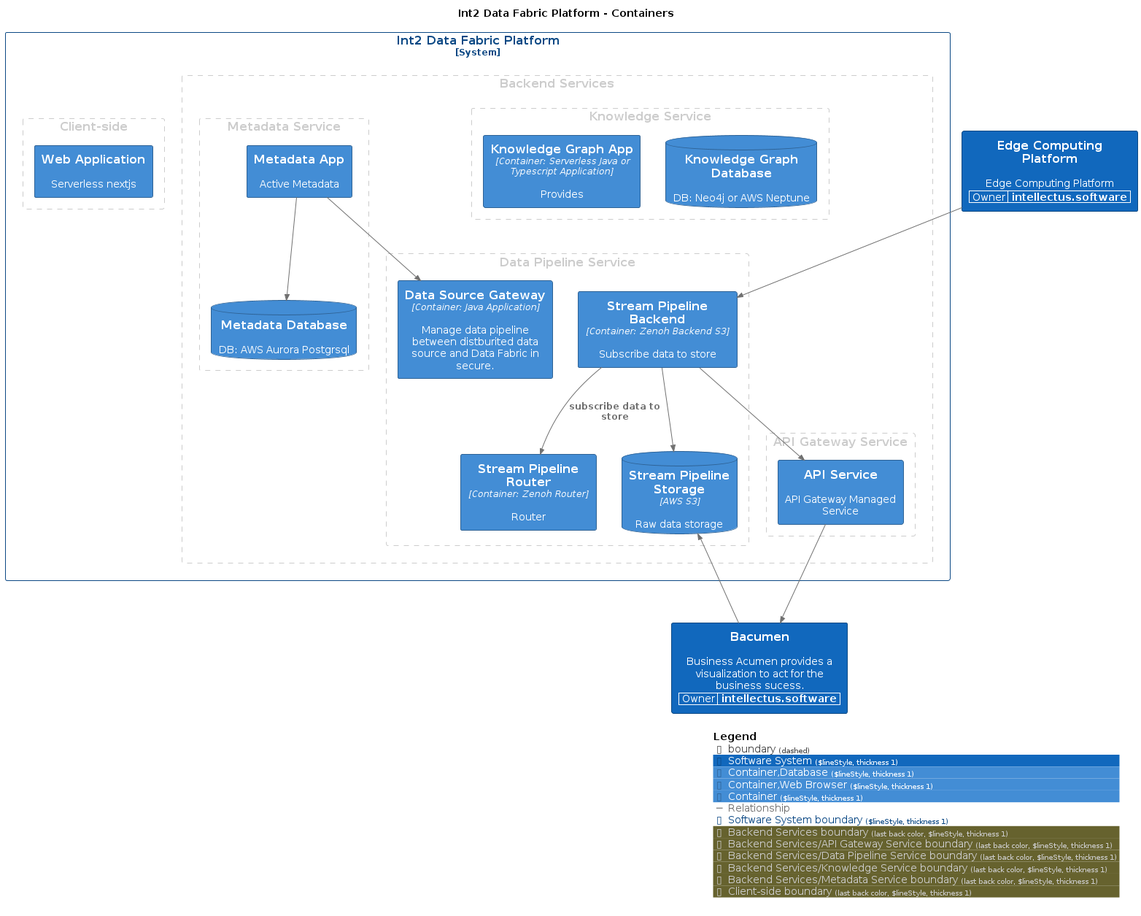
Earlier version of the PlantUML export master/png/ContainersForDataFabric.png (IntellectusCorp/edge-solution-docs). Its diagram source:
```plantuml
@startuml
set separator none
title Int2 Data Fabric Platform - Containers

top to bottom direction

!include <C4/C4>
!include <C4/C4_Context>
!include <C4/C4_Container>

AddElementTag("Software System", $bgColor="#1168bd", $borderColor="#0b4884", $fontColor="#ffffff", $sprite="", $shadowing="", $borderStyle="Solid", $borderThickness="1")
AddElementTag("Container,Database", $bgColor="#438dd5", $borderColor="#2e6295", $fontColor="#ffffff", $sprite="", $shadowing="", $borderStyle="Solid", $borderThickness="1")
AddElementTag("Container,Web Browser", $bgColor="#438dd5", $borderColor="#2e6295", $fontColor="#ffffff", $sprite="", $shadowing="", $borderStyle="Solid", $borderThickness="1")
AddElementTag("Container", $bgColor="#438dd5", $borderColor="#2e6295", $fontColor="#ffffff", $sprite="", $shadowing="", $borderStyle="Solid", $borderThickness="1")

AddRelTag("Relationship", $textColor="#707070", $lineColor="#707070", $lineStyle = "")

AddBoundaryTag("Software System", $bgColor="#ffffff", $borderColor="#0b4884", $fontColor="#0b4884", $shadowing="", $borderStyle="Solid", $borderThickness="1")

WithoutPropertyHeader()
AddProperty("Owner","intellectus.software")
System(Bacumen, "Bacumen", $descr="Business Acumen provides a visualization to act for the business sucess.", $tags="Software System", $link="")
WithoutPropertyHeader()
AddProperty("Owner","intellectus.software")
System(EdgeComputingPlatform, "Edge Computing Platform", $descr="Edge Computing Platform", $tags="Software System", $link="")

System_Boundary("Int2DataFabricPlatform_boundary", "Int2 Data Fabric Platform", $tags="Software System") {
  AddBoundaryTag("Backend Services", $borderColor="#cccccc", $fontColor="#cccccc", $borderStyle="Dashed", $borderThickness="1")
  Boundary(group_1, "Backend Services", $tags="Backend Services") {
      AddBoundaryTag("Backend Services/API Gateway Service", $borderColor="#cccccc", $fontColor="#cccccc", $borderStyle="Dashed", $borderThickness="1")
      Boundary(group_2, "API Gateway Service", $tags="Backend Services/API Gateway Service") {
        Container(Int2DataFabricPlatform.APIService, "API Service", $techn="", $descr="API Gateway Managed Service", $tags="Container", $link="")
      }

      AddBoundaryTag("Backend Services/Data Pipeline Service", $borderColor="#cccccc", $fontColor="#cccccc", $borderStyle="Dashed", $borderThickness="1")
      Boundary(group_3, "Data Pipeline Service", $tags="Backend Services/Data Pipeline Service") {
        Container(Int2DataFabricPlatform.StreamPipelineBackend, "Stream Pipeline Backend", $techn="Container: Zenoh Backend S3", $descr="Subscribe data to store", $tags="Container", $link="")
        Container(Int2DataFabricPlatform.StreamPipelineRouter, "Stream Pipeline Router", $techn="Container: Zenoh Router", $descr="Router", $tags="Container", $link="")
        ContainerDb(Int2DataFabricPlatform.StreamPipelineStorage, "Stream Pipeline Storage", $techn="AWS S3", $descr="Raw data storage", $tags="Container,Database", $link="")
        Container(Int2DataFabricPlatform.DataSourceGateway, "Data Source Gateway", $techn="Container: Java Application", $descr="Manage data pipeline between distburited data source and Data Fabric in secure.", $tags="Container", $link="")
      }

      AddBoundaryTag("Backend Services/Knowledge Service", $borderColor="#cccccc", $fontColor="#cccccc", $borderStyle="Dashed", $borderThickness="1")
      Boundary(group_4, "Knowledge Service", $tags="Backend Services/Knowledge Service") {
        ContainerDb(Int2DataFabricPlatform.KnowledgeGraphDatabase, "Knowledge Graph Database", $techn="", $descr="DB: Neo4j or AWS Neptune", $tags="Container,Database", $link="")
        Container(Int2DataFabricPlatform.KnowledgeGraphApp, "Knowledge Graph App", $techn="Container: Serverless Java or Typescript Application", $descr="Provides", $tags="Container", $link="")
      }

      AddBoundaryTag("Backend Services/Metadata Service", $borderColor="#cccccc", $fontColor="#cccccc", $borderStyle="Dashed", $borderThickness="1")
      Boundary(group_5, "Metadata Service", $tags="Backend Services/Metadata Service") {
        Container(Int2DataFabricPlatform.MetadataApp, "Metadata App", $techn="", $descr="Active Metadata", $tags="Container", $link="")
        ContainerDb(Int2DataFabricPlatform.MetadataDatabase, "Metadata Database", $techn="", $descr="DB: AWS Aurora Postgrsql", $tags="Container,Database", $link="")
      }

  }

  AddBoundaryTag("Client-side", $borderColor="#cccccc", $fontColor="#cccccc", $borderStyle="Dashed", $borderThickness="1")
  Boundary(group_6, "Client-side", $tags="Client-side") {
    Container(Int2DataFabricPlatform.WebApplication, "Web Application", $techn="", $descr="Serverless nextjs", $tags="Container,Web Browser", $link="")
  }

}

Rel(Int2DataFabricPlatform.StreamPipelineBackend, Int2DataFabricPlatform.StreamPipelineRouter, "subscribe data to store", $techn="", $tags="Relationship", $link="")
Rel(Int2DataFabricPlatform.StreamPipelineBackend, Int2DataFabricPlatform.StreamPipelineStorage, "", $techn="", $tags="Relationship", $link="")
Rel(Bacumen, Int2DataFabricPlatform.StreamPipelineStorage, "", $techn="", $tags="Relationship", $link="")
Rel(Int2DataFabricPlatform.StreamPipelineBackend, Int2DataFabricPlatform.APIService, "", $techn="", $tags="Relationship", $link="")
Rel(EdgeComputingPlatform, Int2DataFabricPlatform.StreamPipelineBackend, "", $techn="", $tags="Relationship", $link="")
Rel(Int2DataFabricPlatform.APIService, Bacumen, "", $techn="", $tags="Relationship", $link="")
Rel(Int2DataFabricPlatform.MetadataApp, Int2DataFabricPlatform.DataSourceGateway, "", $techn="", $tags="Relationship", $link="")
Rel(Int2DataFabricPlatform.MetadataApp, Int2DataFabricPlatform.MetadataDatabase, "", $techn="", $tags="Relationship", $link="")

SHOW_LEGEND(true)
@enduml
```
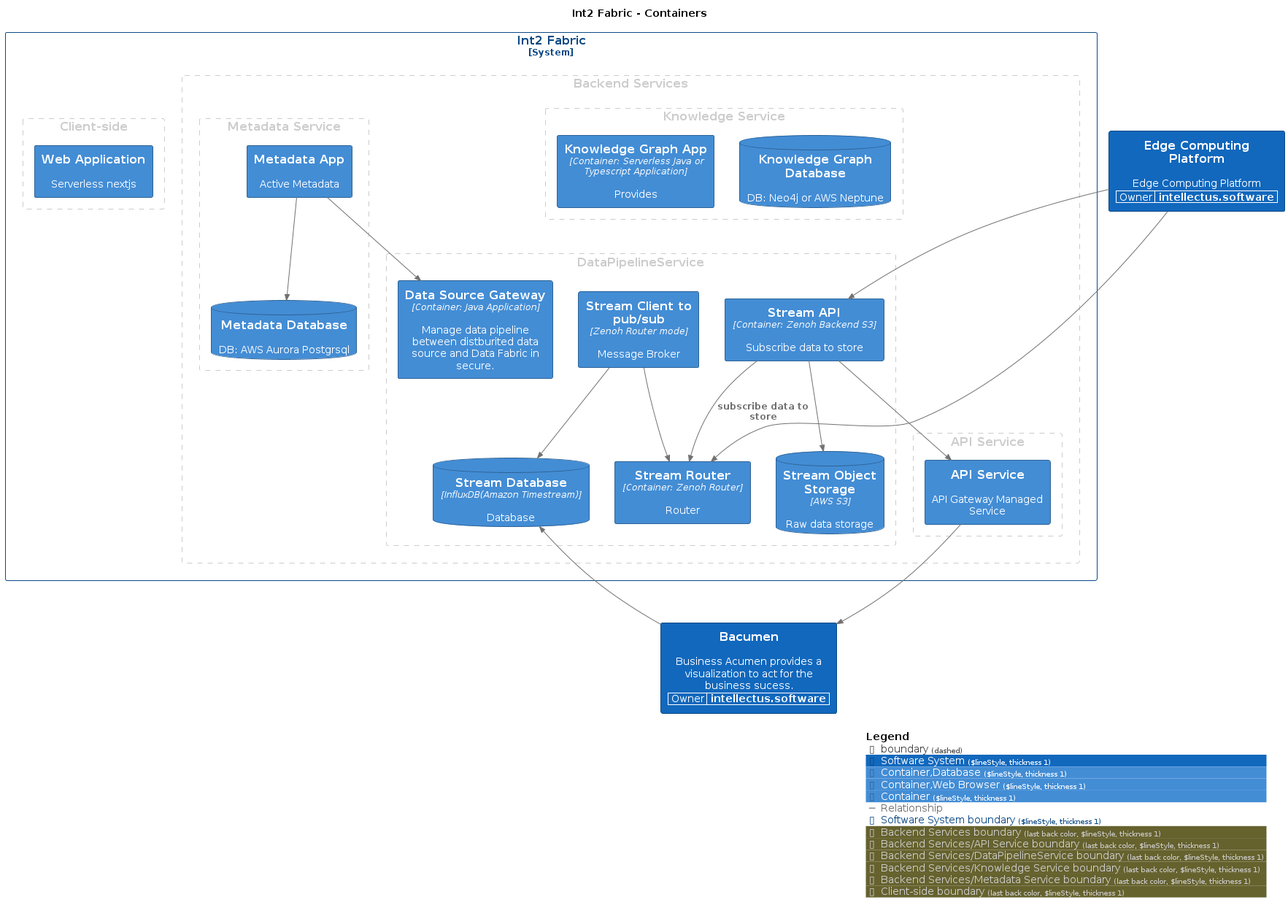
The same file after the commit.

The edit, as a diff of the source:
```diff
@@ -1,6 +1,6 @@
 @startuml
 set separator none
-title Int2 Data Fabric Platform - Containers
+title Int2 Fabric - Containers
 
 top to bottom direction
 
@@ -24,51 +24,56 @@
 AddProperty("Owner","intellectus.software")
 System(EdgeComputingPlatform, "Edge Computing Platform", $descr="Edge Computing Platform", $tags="Software System", $link="")
 
-System_Boundary("Int2DataFabricPlatform_boundary", "Int2 Data Fabric Platform", $tags="Software System") {
+System_Boundary("Int2Fabric_boundary", "Int2 Fabric", $tags="Software System") {
   AddBoundaryTag("Backend Services", $borderColor="#cccccc", $fontColor="#cccccc", $borderStyle="Dashed", $borderThickness="1")
   Boundary(group_1, "Backend Services", $tags="Backend Services") {
-      AddBoundaryTag("Backend Services/API Gateway Service", $borderColor="#cccccc", $fontColor="#cccccc", $borderStyle="Dashed", $borderThickness="1")
-      Boundary(group_2, "API Gateway Service", $tags="Backend Services/API Gateway Service") {
-        Container(Int2DataFabricPlatform.APIService, "API Service", $techn="", $descr="API Gateway Managed Service", $tags="Container", $link="")
+      AddBoundaryTag("Backend Services/API Service", $borderColor="#cccccc", $fontColor="#cccccc", $borderStyle="Dashed", $borderThickness="1")
+      Boundary(group_2, "API Service", $tags="Backend Services/API Service") {
+        Container(Int2Fabric.APIService, "API Service", $techn="", $descr="API Gateway Managed Service", $tags="Container", $link="")
       }
 
-      AddBoundaryTag("Backend Services/Data Pipeline Service", $borderColor="#cccccc", $fontColor="#cccccc", $borderStyle="Dashed", $borderThickness="1")
-      Boundary(group_3, "Data Pipeline Service", $tags="Backend Services/Data Pipeline Service") {
-        Container(Int2DataFabricPlatform.StreamPipelineBackend, "Stream Pipeline Backend", $techn="Container: Zenoh Backend S3", $descr="Subscribe data to store", $tags="Container", $link="")
-        Container(Int2DataFabricPlatform.StreamPipelineRouter, "Stream Pipeline Router", $techn="Container: Zenoh Router", $descr="Router", $tags="Container", $link="")
-        ContainerDb(Int2DataFabricPlatform.StreamPipelineStorage, "Stream Pipeline Storage", $techn="AWS S3", $descr="Raw data storage", $tags="Container,Database", $link="")
-        Container(Int2DataFabricPlatform.DataSourceGateway, "Data Source Gateway", $techn="Container: Java Application", $descr="Manage data pipeline between distburited data source and Data Fabric in secure.", $tags="Container", $link="")
+      AddBoundaryTag("Backend Services/DataPipelineService", $borderColor="#cccccc", $fontColor="#cccccc", $borderStyle="Dashed", $borderThickness="1")
+      Boundary(group_3, "DataPipelineService", $tags="Backend Services/DataPipelineService") {
+        Container(Int2Fabric.StreamAPI, "Stream API", $techn="Container: Zenoh Backend S3", $descr="Subscribe data to store", $tags="Container", $link="")
+        Container(Int2Fabric.StreamRouter, "Stream Router", $techn="Container: Zenoh Router", $descr="Router", $tags="Container", $link="")
+        ContainerDb(Int2Fabric.StreamObjectStorage, "Stream Object Storage", $techn="AWS S3", $descr="Raw data storage", $tags="Container,Database", $link="")
+        ContainerDb(Int2Fabric.StreamDatabase, "Stream Database", $techn="InfluxDB(Amazon Timestream)", $descr="Database", $tags="Container,Database", $link="")
+        Container(Int2Fabric.StreamClienttopubsub, "Stream Client to pub/sub", $techn="Zenoh Router mode", $descr="Message Broker", $tags="Container", $link="")
+        Container(Int2Fabric.DataSourceGateway, "Data Source Gateway", $techn="Container: Java Application", $descr="Manage data pipeline between distburited data source and Data Fabric in secure.", $tags="Container", $link="")
       }
 
       AddBoundaryTag("Backend Services/Knowledge Service", $borderColor="#cccccc", $fontColor="#cccccc", $borderStyle="Dashed", $borderThickness="1")
       Boundary(group_4, "Knowledge Service", $tags="Backend Services/Knowledge Service") {
-        ContainerDb(Int2DataFabricPlatform.KnowledgeGraphDatabase, "Knowledge Graph Database", $techn="", $descr="DB: Neo4j or AWS Neptune", $tags="Container,Database", $link="")
-        Container(Int2DataFabricPlatform.KnowledgeGraphApp, "Knowledge Graph App", $techn="Container: Serverless Java or Typescript Application", $descr="Provides", $tags="Container", $link="")
+        ContainerDb(Int2Fabric.KnowledgeGraphDatabase, "Knowledge Graph Database", $techn="", $descr="DB: Neo4j or AWS Neptune", $tags="Container,Database", $link="")
+        Container(Int2Fabric.KnowledgeGraphApp, "Knowledge Graph App", $techn="Container: Serverless Java or Typescript Application", $descr="Provides", $tags="Container", $link="")
       }
 
       AddBoundaryTag("Backend Services/Metadata Service", $borderColor="#cccccc", $fontColor="#cccccc", $borderStyle="Dashed", $borderThickness="1")
       Boundary(group_5, "Metadata Service", $tags="Backend Services/Metadata Service") {
-        Container(Int2DataFabricPlatform.MetadataApp, "Metadata App", $techn="", $descr="Active Metadata", $tags="Container", $link="")
-        ContainerDb(Int2DataFabricPlatform.MetadataDatabase, "Metadata Database", $techn="", $descr="DB: AWS Aurora Postgrsql", $tags="Container,Database", $link="")
+        Container(Int2Fabric.MetadataApp, "Metadata App", $techn="", $descr="Active Metadata", $tags="Container", $link="")
+        ContainerDb(Int2Fabric.MetadataDatabase, "Metadata Database", $techn="", $descr="DB: AWS Aurora Postgrsql", $tags="Container,Database", $link="")
       }
 
   }
 
   AddBoundaryTag("Client-side", $borderColor="#cccccc", $fontColor="#cccccc", $borderStyle="Dashed", $borderThickness="1")
   Boundary(group_6, "Client-side", $tags="Client-side") {
-    Container(Int2DataFabricPlatform.WebApplication, "Web Application", $techn="", $descr="Serverless nextjs", $tags="Container,Web Browser", $link="")
+    Container(Int2Fabric.WebApplication, "Web Application", $techn="", $descr="Serverless nextjs", $tags="Container,Web Browser", $link="")
   }
 
 }
 
-Rel(Int2DataFabricPlatform.StreamPipelineBackend, Int2DataFabricPlatform.StreamPipelineRouter, "subscribe data to store", $techn="", $tags="Relationship", $link="")
-Rel(Int2DataFabricPlatform.StreamPipelineBackend, Int2DataFabricPlatform.StreamPipelineStorage, "", $techn="", $tags="Relationship", $link="")
-Rel(Bacumen, Int2DataFabricPlatform.StreamPipelineStorage, "", $techn="", $tags="Relationship", $link="")
-Rel(Int2DataFabricPlatform.StreamPipelineBackend, Int2DataFabricPlatform.APIService, "", $techn="", $tags="Relationship", $link="")
-Rel(EdgeComputingPlatform, Int2DataFabricPlatform.StreamPipelineBackend, "", $techn="", $tags="Relationship", $link="")
-Rel(Int2DataFabricPlatform.APIService, Bacumen, "", $techn="", $tags="Relationship", $link="")
-Rel(Int2DataFabricPlatform.MetadataApp, Int2DataFabricPlatform.DataSourceGateway, "", $techn="", $tags="Relationship", $link="")
-Rel(Int2DataFabricPlatform.MetadataApp, Int2DataFabricPlatform.MetadataDatabase, "", $techn="", $tags="Relationship", $link="")
+Rel(Int2Fabric.StreamAPI, Int2Fabric.StreamRouter, "subscribe data to store", $techn="", $tags="Relationship", $link="")
+Rel(Int2Fabric.StreamAPI, Int2Fabric.StreamObjectStorage, "", $techn="", $tags="Relationship", $link="")
+Rel(Int2Fabric.StreamClienttopubsub, Int2Fabric.StreamDatabase, "", $techn="", $tags="Relationship", $link="")
+Rel(Int2Fabric.StreamClienttopubsub, Int2Fabric.StreamRouter, "", $techn="", $tags="Relationship", $link="")
+Rel(Int2Fabric.StreamAPI, Int2Fabric.APIService, "", $techn="", $tags="Relationship", $link="")
+Rel(Bacumen, Int2Fabric.StreamDatabase, "", $techn="", $tags="Relationship", $link="")
+Rel(EdgeComputingPlatform, Int2Fabric.StreamAPI, "", $techn="", $tags="Relationship", $link="")
+Rel(EdgeComputingPlatform, Int2Fabric.StreamRouter, "", $techn="", $tags="Relationship", $link="")
+Rel(Int2Fabric.APIService, Bacumen, "", $techn="", $tags="Relationship", $link="")
+Rel(Int2Fabric.MetadataApp, Int2Fabric.DataSourceGateway, "", $techn="", $tags="Relationship", $link="")
+Rel(Int2Fabric.MetadataApp, Int2Fabric.MetadataDatabase, "", $techn="", $tags="Relationship", $link="")
 
 SHOW_LEGEND(true)
 @enduml
```
